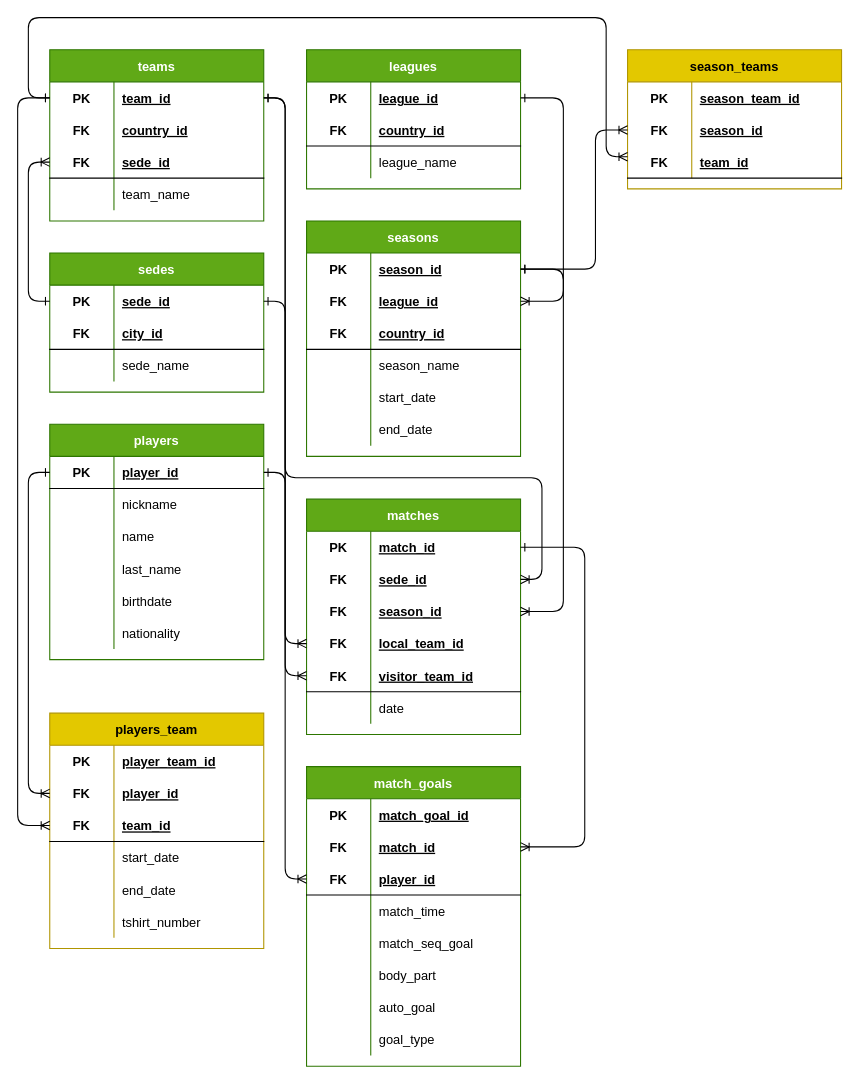
The draw.io diagram page "logical" (2 of 3) of soccer_model.drawio in r3card0/soccer.stats, before the edit. Source tidied: cells renumbered, new cells numbered last; positions are measured from the earlier drawing's top-left corner, leaving out a move shared by most shapes. Both pictures are drawn from the tidied source at 107%, with x=0, y=0 at pixel (17, 17).
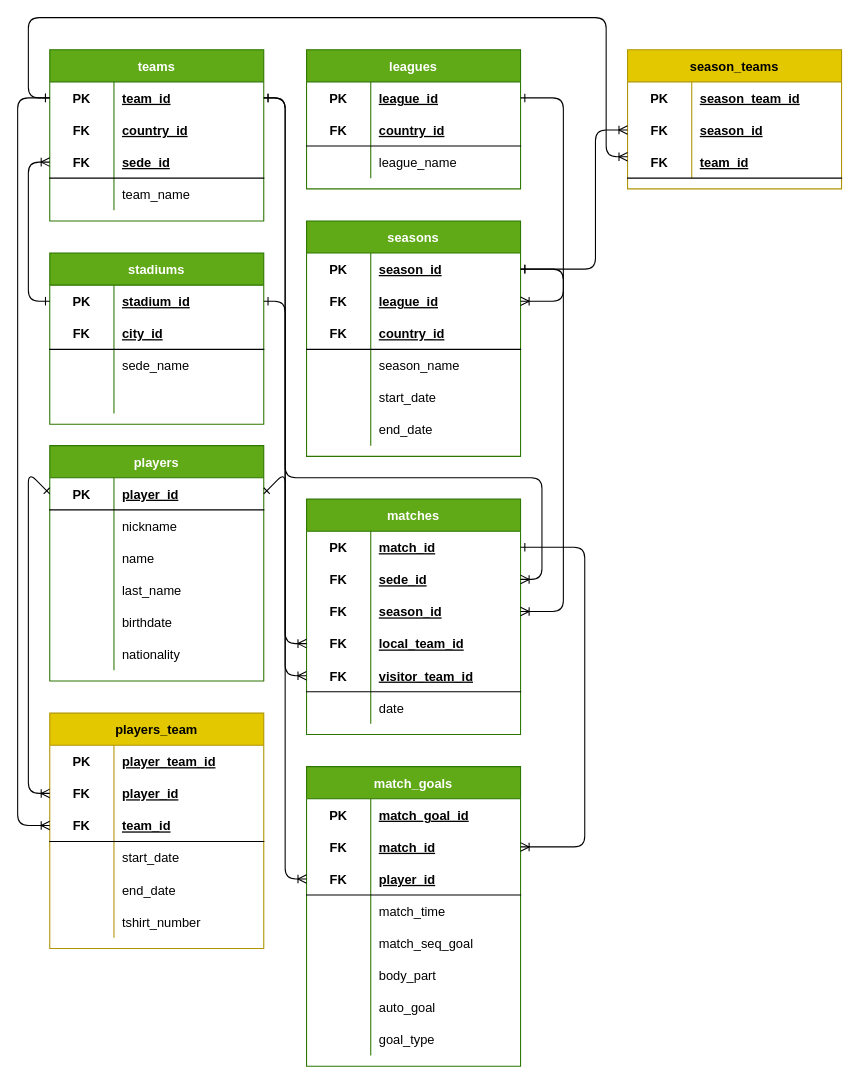
The same diagram, later.

The change refers to these unchanged cells:
```xml
<mxCell id="16" style="shape=partialRectangle;fillColor=none;top=0;left=0;bottom=0;right=0;points=[[0,0.5],[1,0.5]];portConstraint=eastwest;" parent="15" vertex="1">
  <mxGeometry y="30" width="200" height="30" as="geometry" />
</mxCell>
```

The edit, as a diff of the source:
```diff
@@
-    <mxCell id="15" value="sedes" style="shape=table;startSize=30;childLayout=tableLayout;rowLines=0;fontStyle=1;align=center;fillColor=#60a917;fontColor=#ffffff;strokeColor=#2D7600;" parent="1" vertex="1">
-      <mxGeometry x="30" y="220" width="200" height="130" as="geometry" />
+    <mxCell id="15" value="stadiums" style="shape=table;startSize=30;childLayout=tableLayout;rowLines=0;fontStyle=1;align=center;fillColor=#60a917;fontColor=#ffffff;strokeColor=#2D7600;" parent="1" vertex="1">
+      <mxGeometry x="30" y="220" width="200" height="160" as="geometry" />
     </mxCell>
@@
-    <mxCell id="18" value="sede_id" style="shape=partialRectangle;fillColor=none;top=0;left=0;bottom=0;right=0;align=left;spacingLeft=6;fontStyle=5;overflow=hidden;" parent="16" vertex="1">
+    <mxCell id="18" value="stadium_id" style="shape=partialRectangle;fillColor=none;top=0;left=0;bottom=0;right=0;align=left;spacingLeft=6;fontStyle=5;overflow=hidden;" parent="16" vertex="1">
       <mxGeometry x="60" width="140" height="30" as="geometry" />
     </mxCell>
@@
+    <mxCell id="158" style="shape=partialRectangle;fillColor=none;top=0;left=0;bottom=0;right=0;" parent="15" vertex="1">
+      <mxGeometry y="120" width="200" height="30" as="geometry" />
+    </mxCell>
+    <mxCell id="159" style="shape=partialRectangle;fillColor=none;top=0;left=0;bottom=0;right=0;overflow=hidden;" parent="158" vertex="1">
+      <mxGeometry width="60" height="30" as="geometry" />
+    </mxCell>
+    <mxCell id="160" style="shape=partialRectangle;fillColor=none;top=0;left=0;bottom=0;right=0;align=left;spacingLeft=6;overflow=hidden;" parent="158" vertex="1">
+      <mxGeometry x="60" width="140" height="30" as="geometry" />
+    </mxCell>
@@
     <mxCell id="68" value="players" style="shape=table;startSize=30;childLayout=tableLayout;rowLines=0;fontStyle=1;align=center;fillColor=#60a917;fontColor=#ffffff;strokeColor=#2D7600;" parent="1" vertex="1">
-      <mxGeometry x="30" y="380" width="200" height="220" as="geometry" />
+      <mxGeometry x="30" y="400" width="200" height="220" as="geometry" />
     </mxCell>
```
